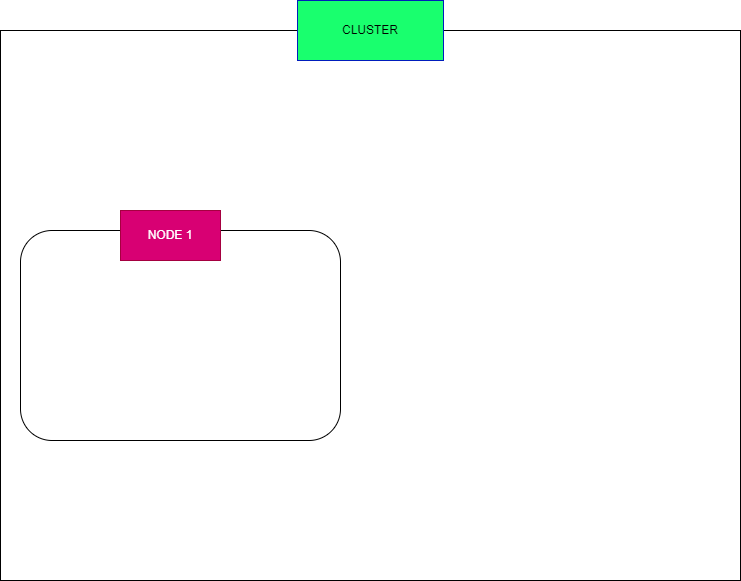
Earlier version of the draw.io export Page_images/P2p _different_node.png (dikshita-git/RP_Study-on-Ingress-and-its-security-IPv4-IPv6-). Source tidied: cells renumbered, new cells last; positions are measured from the earlier drawing's top-left corner, leaving out a move shared by most shapes. The source it was exported from:
```xml
<mxGraphModel>
  <root>
    <mxCell id="0" />
    <mxCell id="1" parent="0" />
    <mxCell id="2" style="rounded=0;whiteSpace=wrap;html=1;" parent="1" vertex="1">
      <mxGeometry y="30" width="740" height="550" as="geometry" />
    </mxCell>
    <mxCell id="3" value="&lt;font color=&quot;#000000&quot;&gt;CLUSTER&lt;/font&gt;" style="text;html=1;strokeColor=#001DBC;fillColor=#19FF6E;align=center;verticalAlign=middle;whiteSpace=wrap;rounded=0;fontColor=#ffffff;" parent="1" vertex="1">
      <mxGeometry x="297" width="146" height="60" as="geometry" />
    </mxCell>
    <mxCell id="4" style="rounded=1;whiteSpace=wrap;html=1;" parent="1" vertex="1">
      <mxGeometry x="20" y="230" width="320" height="210" as="geometry" />
    </mxCell>
    <mxCell id="5" value="NODE 1" style="text;html=1;strokeColor=#A50040;fillColor=#d80073;align=center;verticalAlign=middle;whiteSpace=wrap;rounded=0;fontColor=#ffffff;" parent="1" vertex="1">
      <mxGeometry x="120" y="210" width="100" height="50" as="geometry" />
    </mxCell>
  </root>
</mxGraphModel>
```
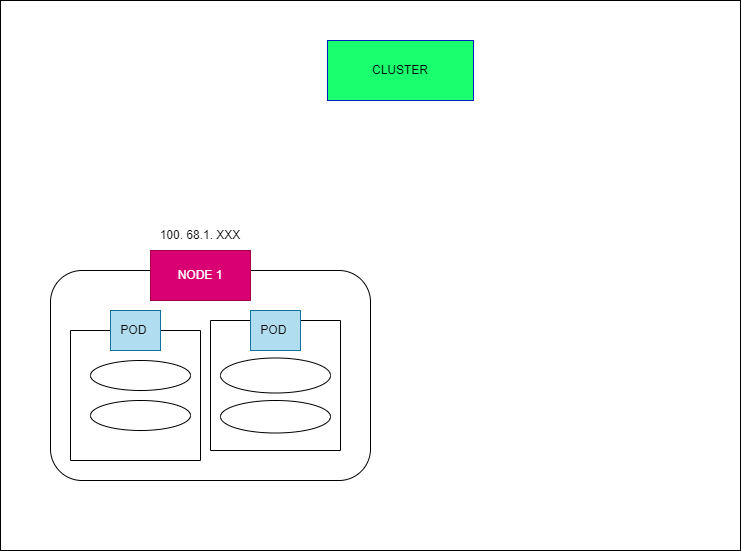
The same file after the commit.

The edit, as a diff of the source:
```diff
@@ -3,7 +3,7 @@
     <mxCell id="0" />
     <mxCell id="1" parent="0" />
     <mxCell id="2" style="rounded=0;whiteSpace=wrap;html=1;" parent="1" vertex="1">
-      <mxGeometry y="30" width="740" height="550" as="geometry" />
+      <mxGeometry x="-30" y="-40" width="740" height="550" as="geometry" />
     </mxCell>
     <mxCell id="3" value="&lt;font color=&quot;#000000&quot;&gt;CLUSTER&lt;/font&gt;" style="text;html=1;strokeColor=#001DBC;fillColor=#19FF6E;align=center;verticalAlign=middle;whiteSpace=wrap;rounded=0;fontColor=#ffffff;" parent="1" vertex="1">
       <mxGeometry x="297" width="146" height="60" as="geometry" />
@@ -14,5 +14,32 @@
     <mxCell id="5" value="NODE 1" style="text;html=1;strokeColor=#A50040;fillColor=#d80073;align=center;verticalAlign=middle;whiteSpace=wrap;rounded=0;fontColor=#ffffff;" parent="1" vertex="1">
       <mxGeometry x="120" y="210" width="100" height="50" as="geometry" />
     </mxCell>
+    <mxCell id="6" style="rounded=0;whiteSpace=wrap;html=1;direction=west;" parent="1" vertex="1">
+      <mxGeometry x="40" y="290" width="130" height="130" as="geometry" />
+    </mxCell>
+    <mxCell id="7" value="POD&amp;nbsp;" style="rounded=1;whiteSpace=wrap;html=1;fillColor=#b1ddf0;arcSize=0;strokeColor=#10739e;" parent="1" vertex="1">
+      <mxGeometry x="80" y="270" width="50" height="40" as="geometry" />
+    </mxCell>
+    <mxCell id="8" style="ellipse;whiteSpace=wrap;html=1;" parent="1" vertex="1">
+      <mxGeometry x="60" y="320" width="100" height="30" as="geometry" />
+    </mxCell>
+    <mxCell id="9" style="ellipse;whiteSpace=wrap;html=1;" parent="1" vertex="1">
+      <mxGeometry x="60" y="360" width="100" height="30" as="geometry" />
+    </mxCell>
+    <mxCell id="10" style="rounded=0;whiteSpace=wrap;html=1;direction=west;" parent="1" vertex="1">
+      <mxGeometry x="180" y="280" width="130" height="130" as="geometry" />
+    </mxCell>
+    <mxCell id="11" value="POD&amp;nbsp;" style="rounded=1;whiteSpace=wrap;html=1;fillColor=#b1ddf0;arcSize=0;strokeColor=#10739e;" parent="1" vertex="1">
+      <mxGeometry x="220" y="270" width="50" height="40" as="geometry" />
+    </mxCell>
+    <mxCell id="12" style="ellipse;whiteSpace=wrap;html=1;" parent="1" vertex="1">
+      <mxGeometry x="190" y="317.5" width="110" height="35" as="geometry" />
+    </mxCell>
+    <mxCell id="13" style="ellipse;whiteSpace=wrap;html=1;" parent="1" vertex="1">
+      <mxGeometry x="190" y="360" width="110" height="32.5" as="geometry" />
+    </mxCell>
+    <mxCell id="14" value="100. 68.1. XXX" style="text;html=1;strokeColor=none;fillColor=none;align=center;verticalAlign=middle;whiteSpace=wrap;rounded=0;fontColor=#000000;" parent="1" vertex="1">
+      <mxGeometry x="75" y="180" width="190" height="30" as="geometry" />
+    </mxCell>
   </root>
 </mxGraphModel>
```
